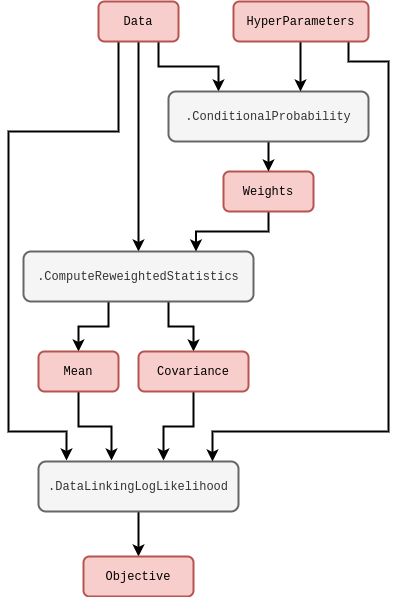
Before: assets/stochadexII/stochadexII-prob-reweighting-code.drawio.png, a diagram exported from draw.io (umbralcalc/umbralcalc.github.io). Source tidied: cells renumbered, new cells last; positions are measured from the earlier drawing's top-left corner, leaving out a move shared by most shapes.
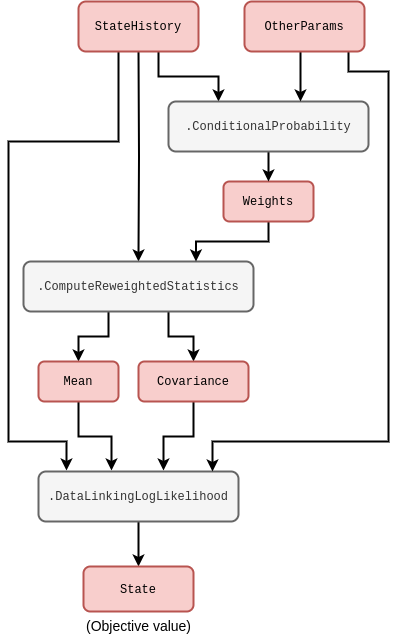
The same diagram one commit later.

Commit message:
updates to diagrams and text sections

Diff of the diagram source:
```diff
@@ -2,19 +2,23 @@
   <root>
     <mxCell id="0" />
     <mxCell id="1" parent="0" />
-    <mxCell id="2" style="edgeStyle=orthogonalEdgeStyle;rounded=0;jettySize=auto;html=1;strokeWidth=2;entryX=0.25;entryY=0;entryDx=0;entryDy=0;" parent="1" edge="1" source="5" target="16">
+    <mxCell id="2" style="edgeStyle=orthogonalEdgeStyle;rounded=0;jettySize=auto;html=1;strokeWidth=2;entryX=0.25;entryY=0;entryDx=0;entryDy=0;" parent="1" edge="1" target="16">
       <mxGeometry relative="1" as="geometry">
+        <mxPoint x="150" y="40" as="sourcePoint" />
         <Array as="points">
           <mxPoint x="150" y="65" />
           <mxPoint x="210" y="65" />
         </Array>
       </mxGeometry>
     </mxCell>
-    <mxCell id="3" style="edgeStyle=orthogonalEdgeStyle;rounded=0;jettySize=auto;html=1;entryX=0.5;entryY=0;entryDx=0;entryDy=0;strokeWidth=2;" parent="1" edge="1" source="5" target="8">
-      <mxGeometry relative="1" as="geometry" />
+    <mxCell id="3" style="edgeStyle=orthogonalEdgeStyle;rounded=0;jettySize=auto;html=1;entryX=0.5;entryY=0;entryDx=0;entryDy=0;strokeWidth=2;" parent="1" edge="1" target="8">
+      <mxGeometry relative="1" as="geometry">
+        <mxPoint x="130" y="40" as="sourcePoint" />
+      </mxGeometry>
     </mxCell>
-    <mxCell id="4" style="edgeStyle=orthogonalEdgeStyle;rounded=0;jettySize=auto;html=1;entryX=0.14;entryY=-0.02;entryDx=0;entryDy=0;strokeWidth=2;entryPerimeter=0;" parent="1" edge="1" source="5" target="18">
+    <mxCell id="4" style="edgeStyle=orthogonalEdgeStyle;rounded=0;jettySize=auto;html=1;entryX=0.14;entryY=-0.02;entryDx=0;entryDy=0;strokeWidth=2;entryPerimeter=0;" parent="1" edge="1" target="18">
       <mxGeometry relative="1" as="geometry">
+        <mxPoint x="110" y="40" as="sourcePoint" />
         <Array as="points">
           <mxPoint x="110" y="130" />
           <mxPoint y="130" />
@@ -23,9 +27,6 @@
         </Array>
       </mxGeometry>
     </mxCell>
-    <mxCell id="5" value="&lt;font face=&quot;Courier New&quot;&gt;Data&lt;/font&gt;" style="rounded=1;whiteSpace=wrap;html=1;strokeWidth=2;fillColor=#f8cecc;strokeColor=#b85450;" parent="1" vertex="1">
-      <mxGeometry x="90" width="80" height="40" as="geometry" />
-    </mxCell>
     <mxCell id="6" style="edgeStyle=orthogonalEdgeStyle;rounded=0;jettySize=auto;html=1;strokeWidth=2;" parent="1" edge="1" source="8" target="10">
       <mxGeometry relative="1" as="geometry">
         <Array as="points">
@@ -80,8 +81,9 @@
     <mxCell id="18" value="&lt;font face=&quot;Courier New&quot;&gt;.DataLinkingLogLikelihood&lt;/font&gt;" style="rounded=1;whiteSpace=wrap;html=1;strokeWidth=2;fillColor=#f5f5f5;fontColor=#333333;strokeColor=#666666;" parent="1" vertex="1">
       <mxGeometry x="30" y="460" width="200" height="50" as="geometry" />
     </mxCell>
-    <mxCell id="19" style="edgeStyle=orthogonalEdgeStyle;rounded=0;jettySize=auto;html=1;strokeWidth=2;" parent="1" edge="1" source="21">
+    <mxCell id="19" style="edgeStyle=orthogonalEdgeStyle;rounded=0;orthogonalLoop=1;jettySize=auto;html=1;strokeWidth=2;" parent="1" edge="1">
       <mxGeometry relative="1" as="geometry">
+        <mxPoint x="340" y="40" as="sourcePoint" />
         <mxPoint x="204" y="460" as="targetPoint" />
         <Array as="points">
           <mxPoint x="340" y="60" />
@@ -91,16 +93,23 @@
         </Array>
       </mxGeometry>
     </mxCell>
-    <mxCell id="20" style="edgeStyle=orthogonalEdgeStyle;rounded=0;jettySize=auto;html=1;strokeWidth=2;" parent="1" edge="1" source="21">
+    <mxCell id="20" style="edgeStyle=orthogonalEdgeStyle;rounded=0;orthogonalLoop=1;jettySize=auto;html=1;strokeWidth=2;" parent="1" edge="1">
       <mxGeometry relative="1" as="geometry">
+        <mxPoint x="292" y="40" as="sourcePoint" />
         <mxPoint x="292" y="90" as="targetPoint" />
       </mxGeometry>
     </mxCell>
-    <mxCell id="21" value="&lt;font face=&quot;Courier New&quot;&gt;HyperParameters&lt;/font&gt;" style="rounded=1;whiteSpace=wrap;html=1;strokeWidth=2;fillColor=#f8cecc;strokeColor=#b85450;" parent="1" vertex="1">
-      <mxGeometry x="225" width="135" height="40" as="geometry" />
-    </mxCell>
-    <mxCell id="22" value="&lt;font face=&quot;Courier New&quot;&gt;Objective&lt;/font&gt;" style="rounded=1;whiteSpace=wrap;html=1;strokeWidth=2;fillColor=#f8cecc;strokeColor=#b85450;" parent="1" vertex="1">
-      <mxGeometry x="75" y="555" width="110" height="40" as="geometry" />
+    <mxCell id="22" value="&lt;font face=&quot;Courier New&quot;&gt;State&lt;/font&gt;" style="rounded=1;whiteSpace=wrap;html=1;strokeWidth=2;fillColor=#f8cecc;strokeColor=#b85450;" parent="1" vertex="1">
+      <mxGeometry x="75" y="555" width="110" height="45" as="geometry" />
     </mxCell>
+    <mxCell id="23" value="&lt;font face=&quot;Courier New&quot;&gt;StateHistory&lt;/font&gt;" style="rounded=1;whiteSpace=wrap;html=1;strokeWidth=2;fillColor=#f8cecc;strokeColor=#b85450;" parent="1" vertex="1">
+      <mxGeometry x="70" y="-10" width="120" height="50" as="geometry" />
+    </mxCell>
+    <mxCell id="24" value="&lt;font face=&quot;Courier New&quot;&gt;OtherParams&lt;/font&gt;" style="rounded=1;whiteSpace=wrap;html=1;strokeWidth=2;fillColor=#f8cecc;strokeColor=#b85450;" parent="1" vertex="1">
+      <mxGeometry x="236" y="-10" width="120" height="50" as="geometry" />
+    </mxCell>
+    <mxCell id="25" value="&lt;font style=&quot;font-size: 14px;&quot;&gt;(Objective value)&lt;/font&gt;" style="text;html=1;align=center;verticalAlign=middle;strokeColor=none;fillColor=none;" parent="1" vertex="1">
+      <mxGeometry x="65" y="600" width="130" height="30" as="geometry" />
+    </mxCell>
   </root>
 </mxGraphModel>
```
